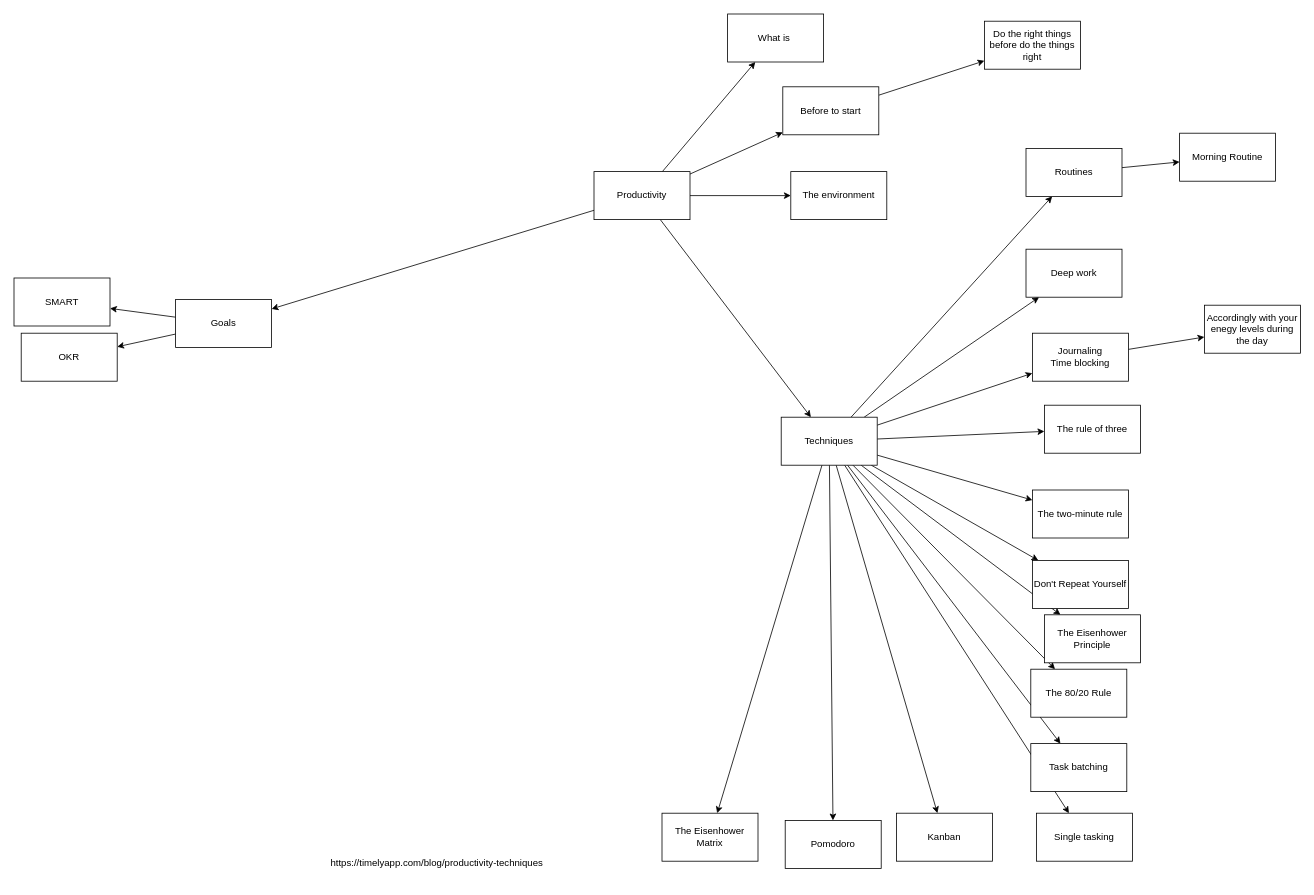
alfonsograziano/personal-blog keeps this draw.io diagram as page "Productivity" (2 of 4) of Wellbeing.drawio. Above is the earlier version. Source tidied: cells renumbered, new cells numbered last; positions are measured from the earlier drawing's top-left corner, leaving out a move shared by most shapes. Both pictures are drawn from the tidied source at 80%, with x=0, y=0 at pixel (14, 14).
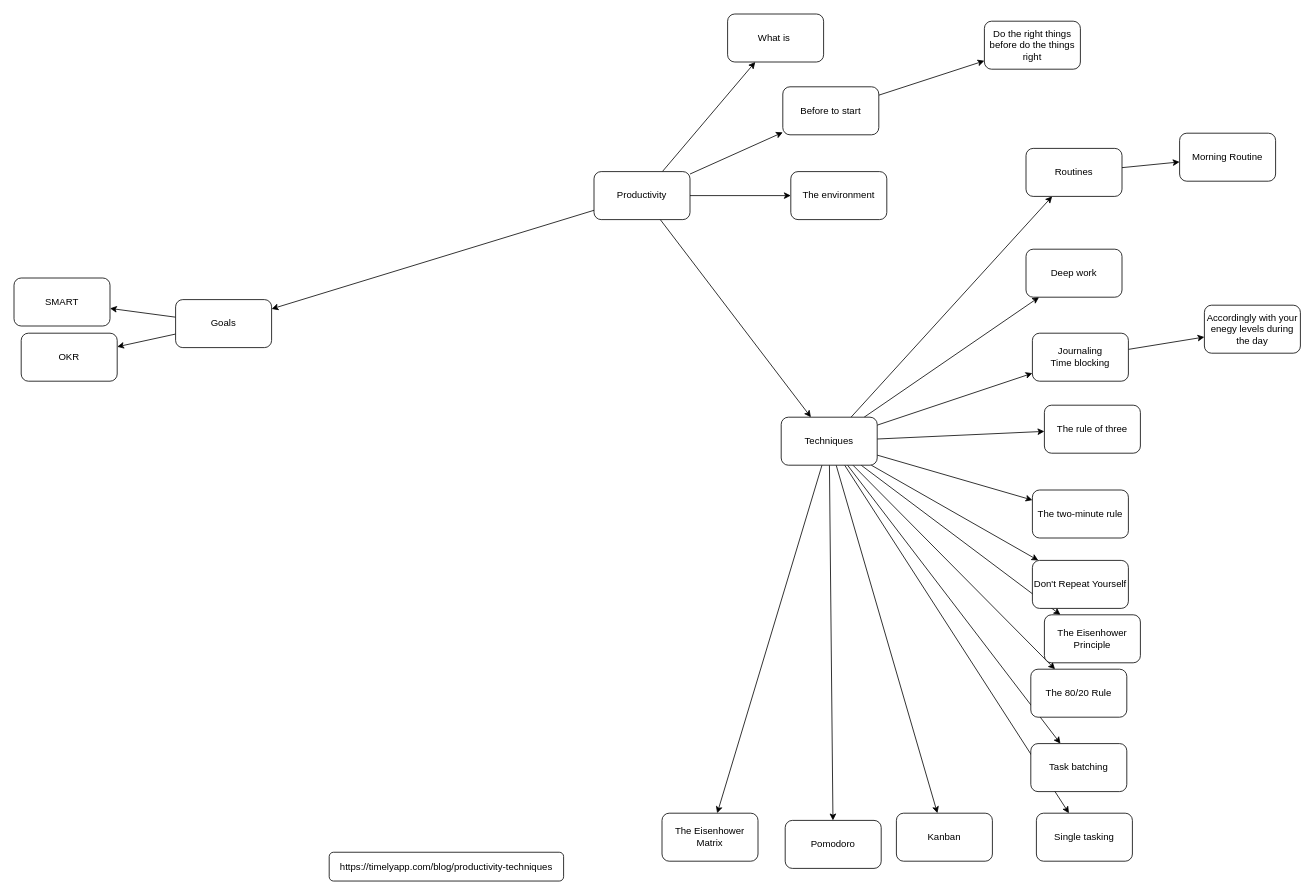
The same diagram, later.

Diff of the diagram source:
```diff
@@
-    <mxCell id="2" style="rounded=0;jettySize=auto;html=1;" parent="1" edge="1" source="7" target="8">
+    <mxCell id="2" style="rounded=1;jettySize=auto;html=1;fontSize=12;fillColor=default;" parent="1" edge="1" source="7" target="8">
       <mxGeometry relative="1" as="geometry" />
     </mxCell>
-    <mxCell id="3" style="edgeStyle=none;rounded=0;jettySize=auto;html=1;" parent="1" edge="1" source="7" target="22">
+    <mxCell id="3" style="edgeStyle=none;rounded=1;jettySize=auto;html=1;fontSize=12;fillColor=default;" parent="1" edge="1" source="7" target="22">
       <mxGeometry relative="1" as="geometry" />
     </mxCell>
-    <mxCell id="4" style="edgeStyle=none;rounded=0;jettySize=auto;html=1;" parent="1" edge="1" source="7" target="24">
+    <mxCell id="4" style="edgeStyle=none;rounded=1;jettySize=auto;html=1;fontSize=12;fillColor=default;" parent="1" edge="1" source="7" target="24">
       <mxGeometry relative="1" as="geometry" />
     </mxCell>
-    <mxCell id="5" style="edgeStyle=none;rounded=0;jettySize=auto;html=1;" parent="1" edge="1" source="7" target="40">
+    <mxCell id="5" style="edgeStyle=none;rounded=1;jettySize=auto;html=1;fontSize=12;fillColor=default;" parent="1" edge="1" source="7" target="40">
       <mxGeometry relative="1" as="geometry" />
     </mxCell>
-    <mxCell id="6" style="edgeStyle=none;rounded=0;jettySize=auto;html=1;" parent="1" edge="1" source="7" target="44">
+    <mxCell id="6" style="edgeStyle=none;rounded=1;jettySize=auto;html=1;fontSize=12;fillColor=default;" parent="1" edge="1" source="7" target="44">
       <mxGeometry relative="1" as="geometry" />
     </mxCell>
-    <mxCell id="7" value="Productivity" style="rounded=0;whiteSpace=wrap;html=1;" parent="1" vertex="1">
+    <mxCell id="7" value="Productivity" style="rounded=1;whiteSpace=wrap;html=1;" parent="1" vertex="1">
       <mxGeometry x="725" y="197" width="120" height="60" as="geometry" />
     </mxCell>
-    <mxCell id="8" value="What is&amp;nbsp;" style="rounded=0;whiteSpace=wrap;html=1;" parent="1" vertex="1">
+    <mxCell id="8" value="What is&amp;nbsp;" style="rounded=1;whiteSpace=wrap;html=1;" parent="1" vertex="1">
       <mxGeometry x="892" width="120" height="60" as="geometry" />
     </mxCell>
-    <mxCell id="9" style="edgeStyle=none;rounded=0;jettySize=auto;html=1;" parent="1" edge="1" source="22" target="26">
+    <mxCell id="9" style="edgeStyle=none;rounded=1;jettySize=auto;html=1;fontSize=12;fillColor=default;" parent="1" edge="1" source="22" target="26">
       <mxGeometry relative="1" as="geometry" />
     </mxCell>
-    <mxCell id="10" style="edgeStyle=none;rounded=0;jettySize=auto;html=1;" parent="1" edge="1" source="22" target="28">
+    <mxCell id="10" style="edgeStyle=none;rounded=1;jettySize=auto;html=1;fontSize=12;fillColor=default;" parent="1" edge="1" source="22" target="28">
       <mxGeometry relative="1" as="geometry" />
     </mxCell>
-    <mxCell id="11" style="edgeStyle=none;rounded=0;jettySize=auto;html=1;" parent="1" edge="1" source="22" target="30">
+    <mxCell id="11" style="edgeStyle=none;rounded=1;jettySize=auto;html=1;fontSize=12;fillColor=default;" parent="1" edge="1" source="22" target="30">
       <mxGeometry relative="1" as="geometry" />
     </mxCell>
-    <mxCell id="12" style="edgeStyle=none;rounded=0;jettySize=auto;html=1;" parent="1" edge="1" source="22" target="32">
+    <mxCell id="12" style="edgeStyle=none;rounded=1;jettySize=auto;html=1;fontSize=12;fillColor=default;" parent="1" edge="1" source="22" target="32">
       <mxGeometry relative="1" as="geometry" />
     </mxCell>
-    <mxCell id="13" style="edgeStyle=none;rounded=0;jettySize=auto;html=1;" parent="1" edge="1" source="22" target="33">
+    <mxCell id="13" style="edgeStyle=none;rounded=1;jettySize=auto;html=1;fontSize=12;fillColor=default;" parent="1" edge="1" source="22" target="33">
       <mxGeometry relative="1" as="geometry" />
     </mxCell>
-    <mxCell id="14" style="edgeStyle=none;rounded=0;jettySize=auto;html=1;" parent="1" edge="1" source="22" target="34">
+    <mxCell id="14" style="edgeStyle=none;rounded=1;jettySize=auto;html=1;fontSize=12;fillColor=default;" parent="1" edge="1" source="22" target="34">
       <mxGeometry relative="1" as="geometry" />
     </mxCell>
-    <mxCell id="15" style="edgeStyle=none;rounded=0;jettySize=auto;html=1;" parent="1" edge="1" source="22" target="35">
+    <mxCell id="15" style="edgeStyle=none;rounded=1;jettySize=auto;html=1;fontSize=12;fillColor=default;" parent="1" edge="1" source="22" target="35">
       <mxGeometry relative="1" as="geometry" />
     </mxCell>
-    <mxCell id="16" style="edgeStyle=none;rounded=0;jettySize=auto;html=1;" parent="1" edge="1" source="22" target="36">
+    <mxCell id="16" style="edgeStyle=none;rounded=1;jettySize=auto;html=1;fontSize=12;fillColor=default;" parent="1" edge="1" source="22" target="36">
       <mxGeometry relative="1" as="geometry" />
     </mxCell>
-    <mxCell id="17" style="edgeStyle=none;rounded=0;jettySize=auto;html=1;" parent="1" edge="1" source="22" target="37">
+    <mxCell id="17" style="edgeStyle=none;rounded=1;jettySize=auto;html=1;fontSize=12;fillColor=default;" parent="1" edge="1" source="22" target="37">
       <mxGeometry relative="1" as="geometry" />
     </mxCell>
-    <mxCell id="18" style="edgeStyle=none;rounded=0;jettySize=auto;html=1;" parent="1" edge="1" source="22" target="38">
+    <mxCell id="18" style="edgeStyle=none;rounded=1;jettySize=auto;html=1;fontSize=12;fillColor=default;" parent="1" edge="1" source="22" target="38">
       <mxGeometry relative="1" as="geometry" />
     </mxCell>
-    <mxCell id="19" style="edgeStyle=none;rounded=0;jettySize=auto;html=1;" parent="1" edge="1" source="22" target="41">
+    <mxCell id="19" style="edgeStyle=none;rounded=1;jettySize=auto;html=1;fontSize=12;fillColor=default;" parent="1" edge="1" source="22" target="41">
       <mxGeometry relative="1" as="geometry" />
     </mxCell>
-    <mxCell id="20" style="edgeStyle=none;rounded=0;jettySize=auto;html=1;" parent="1" edge="1" source="22" target="48">
+    <mxCell id="20" style="edgeStyle=none;rounded=1;jettySize=auto;html=1;fontSize=12;fillColor=default;" parent="1" edge="1" source="22" target="48">
       <mxGeometry relative="1" as="geometry" />
     </mxCell>
-    <mxCell id="21" style="edgeStyle=none;rounded=0;jettySize=auto;html=1;" parent="1" edge="1" source="22" target="49">
+    <mxCell id="21" style="edgeStyle=none;rounded=1;jettySize=auto;html=1;fontSize=12;fillColor=default;" parent="1" edge="1" source="22" target="49">
       <mxGeometry relative="1" as="geometry" />
     </mxCell>
-    <mxCell id="22" value="Techniques" style="rounded=0;whiteSpace=wrap;html=1;" parent="1" vertex="1">
+    <mxCell id="22" value="Techniques" style="rounded=1;whiteSpace=wrap;html=1;" parent="1" vertex="1">
       <mxGeometry x="959" y="504" width="120" height="60" as="geometry" />
     </mxCell>
-    <mxCell id="23" style="edgeStyle=none;rounded=0;jettySize=auto;html=1;" parent="1" edge="1" source="24" target="31">
+    <mxCell id="23" style="edgeStyle=none;rounded=1;jettySize=auto;html=1;fontSize=12;fillColor=default;" parent="1" edge="1" source="24" target="31">
       <mxGeometry relative="1" as="geometry" />
     </mxCell>
-    <mxCell id="24" value="Before to start" style="rounded=0;whiteSpace=wrap;html=1;" parent="1" vertex="1">
+    <mxCell id="24" value="Before to start" style="rounded=1;whiteSpace=wrap;html=1;" parent="1" vertex="1">
       <mxGeometry x="961" y="91" width="120" height="60" as="geometry" />
     </mxCell>
-    <mxCell id="25" style="edgeStyle=none;rounded=0;jettySize=auto;html=1;" parent="1" edge="1" source="26" target="27">
+    <mxCell id="25" style="edgeStyle=none;rounded=1;jettySize=auto;html=1;fontSize=12;fillColor=default;" parent="1" edge="1" source="26" target="27">
       <mxGeometry relative="1" as="geometry" />
     </mxCell>
-    <mxCell id="26" value="Routines" style="rounded=0;whiteSpace=wrap;html=1;" parent="1" vertex="1">
+    <mxCell id="26" value="Routines" style="rounded=1;whiteSpace=wrap;html=1;" parent="1" vertex="1">
       <mxGeometry x="1265" y="168" width="120" height="60" as="geometry" />
     </mxCell>
-    <mxCell id="27" value="Morning Routine" style="rounded=0;whiteSpace=wrap;html=1;" parent="1" vertex="1">
+    <mxCell id="27" value="Morning Routine" style="rounded=1;whiteSpace=wrap;html=1;" parent="1" vertex="1">
       <mxGeometry x="1457" y="149" width="120" height="60" as="geometry" />
     </mxCell>
-    <mxCell id="28" value="Deep work" style="rounded=0;whiteSpace=wrap;html=1;" parent="1" vertex="1">
+    <mxCell id="28" value="Deep work" style="rounded=1;whiteSpace=wrap;html=1;" parent="1" vertex="1">
       <mxGeometry x="1265" y="294" width="120" height="60" as="geometry" />
     </mxCell>
-    <mxCell id="29" style="edgeStyle=none;rounded=0;jettySize=auto;html=1;" parent="1" edge="1" source="30" target="47">
+    <mxCell id="29" style="edgeStyle=none;rounded=1;jettySize=auto;html=1;fontSize=12;fillColor=default;" parent="1" edge="1" source="30" target="47">
       <mxGeometry relative="1" as="geometry" />
     </mxCell>
-    <mxCell id="30" value="Journaling&lt;br&gt;Time blocking" style="rounded=0;whiteSpace=wrap;html=1;" parent="1" vertex="1">
+    <mxCell id="30" value="Journaling&lt;br&gt;Time blocking" style="rounded=1;whiteSpace=wrap;html=1;" parent="1" vertex="1">
       <mxGeometry x="1273" y="399" width="120" height="60" as="geometry" />
     </mxCell>
-    <mxCell id="31" value="Do the right things before do the things right" style="rounded=0;whiteSpace=wrap;html=1;" parent="1" vertex="1">
+    <mxCell id="31" value="Do the right things before do the things right" style="rounded=1;whiteSpace=wrap;html=1;" parent="1" vertex="1">
       <mxGeometry x="1213" y="9" width="120" height="60" as="geometry" />
     </mxCell>
-    <mxCell id="32" value="The rule of three" style="rounded=0;whiteSpace=wrap;html=1;" parent="1" vertex="1">
+    <mxCell id="32" value="The rule of three" style="rounded=1;whiteSpace=wrap;html=1;" parent="1" vertex="1">
       <mxGeometry x="1288" y="489" width="120" height="60" as="geometry" />
     </mxCell>
-    <mxCell id="33" value="The two-minute rule" style="rounded=0;whiteSpace=wrap;html=1;" parent="1" vertex="1">
+    <mxCell id="33" value="The two-minute rule" style="rounded=1;whiteSpace=wrap;html=1;" parent="1" vertex="1">
       <mxGeometry x="1273" y="595" width="120" height="60" as="geometry" />
     </mxCell>
-    <mxCell id="34" value="Don't Repeat Yourself" style="rounded=0;whiteSpace=wrap;html=1;" parent="1" vertex="1">
+    <mxCell id="34" value="Don't Repeat Yourself" style="rounded=1;whiteSpace=wrap;html=1;" parent="1" vertex="1">
       <mxGeometry x="1273" y="683" width="120" height="60" as="geometry" />
     </mxCell>
-    <mxCell id="35" value="The Eisenhower Principle" style="rounded=0;whiteSpace=wrap;html=1;" parent="1" vertex="1">
+    <mxCell id="35" value="The Eisenhower Principle" style="rounded=1;whiteSpace=wrap;html=1;" parent="1" vertex="1">
       <mxGeometry x="1288" y="751" width="120" height="60" as="geometry" />
     </mxCell>
-    <mxCell id="36" value="The 80/20 Rule" style="rounded=0;whiteSpace=wrap;html=1;" parent="1" vertex="1">
+    <mxCell id="36" value="The 80/20 Rule" style="rounded=1;whiteSpace=wrap;html=1;" parent="1" vertex="1">
       <mxGeometry x="1271" y="819" width="120" height="60" as="geometry" />
     </mxCell>
-    <mxCell id="37" value="Task batching" style="rounded=0;whiteSpace=wrap;html=1;" parent="1" vertex="1">
+    <mxCell id="37" value="Task batching" style="rounded=1;whiteSpace=wrap;html=1;" parent="1" vertex="1">
       <mxGeometry x="1271" y="912" width="120" height="60" as="geometry" />
     </mxCell>
-    <mxCell id="38" value="Single tasking" style="rounded=0;whiteSpace=wrap;html=1;" parent="1" vertex="1">
+    <mxCell id="38" value="Single tasking" style="rounded=1;whiteSpace=wrap;html=1;" parent="1" vertex="1">
       <mxGeometry x="1278" y="999" width="120" height="60" as="geometry" />
     </mxCell>
-    <mxCell id="39" value="https://timelyapp.com/blog/productivity-techniques" style="text;whiteSpace=wrap;html=1;" parent="1" vertex="1">
+    <mxCell id="39" value="https://timelyapp.com/blog/productivity-techniques" style="text;whiteSpace=wrap;html=1;align=center;verticalAlign=middle;fillColor=default;strokeColor=default;rounded=1;" parent="1" vertex="1">
       <mxGeometry x="394" y="1047.8" width="293" height="36" as="geometry" />
     </mxCell>
-    <mxCell id="40" value="The environment" style="rounded=0;whiteSpace=wrap;html=1;" parent="1" vertex="1">
+    <mxCell id="40" value="The environment" style="rounded=1;whiteSpace=wrap;html=1;" parent="1" vertex="1">
       <mxGeometry x="971" y="197" width="120" height="60" as="geometry" />
     </mxCell>
-    <mxCell id="41" value="Kanban" style="rounded=0;whiteSpace=wrap;html=1;" parent="1" vertex="1">
+    <mxCell id="41" value="Kanban" style="rounded=1;whiteSpace=wrap;html=1;" parent="1" vertex="1">
       <mxGeometry x="1103" y="999" width="120" height="60" as="geometry" />
     </mxCell>
-    <mxCell id="42" style="edgeStyle=none;rounded=0;jettySize=auto;html=1;" parent="1" edge="1" source="44" target="45">
+    <mxCell id="42" style="edgeStyle=none;rounded=1;jettySize=auto;html=1;fontSize=12;fillColor=default;" parent="1" edge="1" source="44" target="45">
       <mxGeometry relative="1" as="geometry" />
     </mxCell>
-    <mxCell id="43" style="edgeStyle=none;rounded=0;jettySize=auto;html=1;" parent="1" edge="1" source="44" target="46">
+    <mxCell id="43" style="edgeStyle=none;rounded=1;jettySize=auto;html=1;fontSize=12;fillColor=default;" parent="1" edge="1" source="44" target="46">
       <mxGeometry relative="1" as="geometry" />
     </mxCell>
-    <mxCell id="44" value="Goals" style="rounded=0;whiteSpace=wrap;html=1;" parent="1" vertex="1">
+    <mxCell id="44" value="Goals" style="rounded=1;whiteSpace=wrap;html=1;" parent="1" vertex="1">
       <mxGeometry x="202" y="357" width="120" height="60" as="geometry" />
     </mxCell>
-    <mxCell id="45" value="SMART" style="rounded=0;whiteSpace=wrap;html=1;" parent="1" vertex="1">
+    <mxCell id="45" value="SMART" style="rounded=1;whiteSpace=wrap;html=1;" parent="1" vertex="1">
       <mxGeometry y="330" width="120" height="60" as="geometry" />
     </mxCell>
-    <mxCell id="46" value="OKR" style="rounded=0;whiteSpace=wrap;html=1;" parent="1" vertex="1">
+    <mxCell id="46" value="OKR" style="rounded=1;whiteSpace=wrap;html=1;" parent="1" vertex="1">
       <mxGeometry x="9" y="399" width="120" height="60" as="geometry" />
     </mxCell>
-    <mxCell id="47" value="Accordingly with your enegy levels during the day" style="rounded=0;whiteSpace=wrap;html=1;" parent="1" vertex="1">
+    <mxCell id="47" value="Accordingly with your enegy levels during the day" style="rounded=1;whiteSpace=wrap;html=1;" parent="1" vertex="1">
       <mxGeometry x="1488" y="364" width="120" height="60" as="geometry" />
     </mxCell>
-    <mxCell id="48" value="Pomodoro" style="rounded=0;whiteSpace=wrap;html=1;" parent="1" vertex="1">
+    <mxCell id="48" value="Pomodoro" style="rounded=1;whiteSpace=wrap;html=1;" parent="1" vertex="1">
       <mxGeometry x="964" y="1008" width="120" height="60" as="geometry" />
     </mxCell>
-    <mxCell id="49" value="The Eisenhower Matrix" style="rounded=0;whiteSpace=wrap;html=1;" parent="1" vertex="1">
+    <mxCell id="49" value="The Eisenhower Matrix" style="rounded=1;whiteSpace=wrap;html=1;" parent="1" vertex="1">
       <mxGeometry x="810" y="999" width="120" height="60" as="geometry" />
     </mxCell>
```
